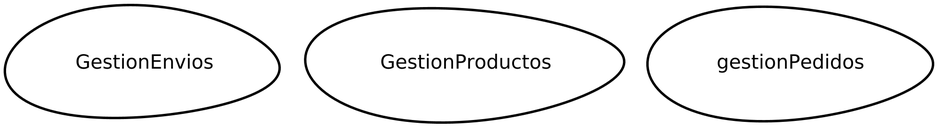
Henry-AbantoV/systemEcommerce2023 keeps this Graphviz diagram as src-gen/sytemEcommerce2023_ContextMap.png. Above is the earlier version. Its source is kept beside it as src-gen/sytemEcommerce2023_ContextMap.gv. Its diagram source:
```dot
digraph "ContextMapGraph" {
graph ["imagepath"="/tmp/GraphvizJava"]
"GestionEnvios" ["margin"="0.3","orientation"="206","shape"="egg","fontsize"="16","style"="bold","label"="GestionEnvios\n","fontname"="sans-serif"]
"GestionProductos" ["margin"="0.3","orientation"="166","shape"="egg","fontsize"="16","style"="bold","label"="GestionProductos\n","fontname"="sans-serif"]
"gestionPedidos" ["margin"="0.3","orientation"="267","shape"="egg","fontsize"="16","style"="bold","label"="gestionPedidos\n","fontname"="sans-serif"]
}
```
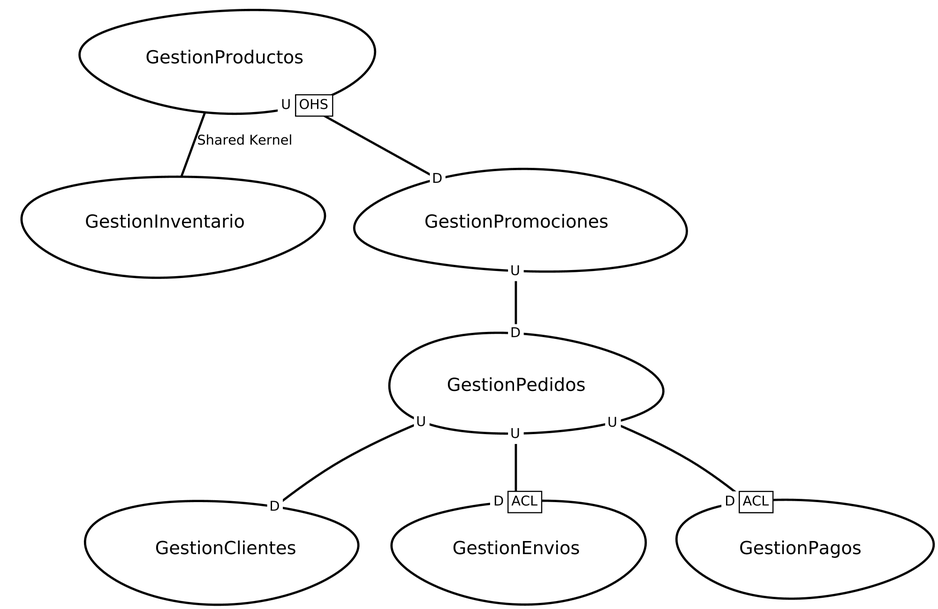
After the commit.

The edit, as a diff of the source:
```diff
@@ -1,6 +1,36 @@
 digraph "ContextMapGraph" {
 graph ["imagepath"="/tmp/GraphvizJava"]
-"GestionEnvios" ["margin"="0.3","orientation"="206","shape"="egg","fontsize"="16","style"="bold","label"="GestionEnvios\n","fontname"="sans-serif"]
-"GestionProductos" ["margin"="0.3","orientation"="166","shape"="egg","fontsize"="16","style"="bold","label"="GestionProductos\n","fontname"="sans-serif"]
-"gestionPedidos" ["margin"="0.3","orientation"="267","shape"="egg","fontsize"="16","style"="bold","label"="gestionPedidos\n","fontname"="sans-serif"]
+"GestionClientes" ["margin"="0.3","orientation"="207","shape"="egg","fontsize"="16","style"="bold","label"="GestionClientes\n","fontname"="sans-serif"]
+"GestionEnvios" ["margin"="0.3","orientation"="192","shape"="egg","fontsize"="16","style"="bold","label"="GestionEnvios\n","fontname"="sans-serif"]
+"GestionInventario" ["margin"="0.3","orientation"="58","shape"="egg","fontsize"="16","style"="bold","label"="GestionInventario\n","fontname"="sans-serif"]
+"GestionPagos" ["margin"="0.3","orientation"="253","shape"="egg","fontsize"="16","style"="bold","label"="GestionPagos\n","fontname"="sans-serif"]
+"GestionPedidos" ["margin"="0.3","orientation"="171","shape"="egg","fontsize"="16","style"="bold","label"="GestionPedidos\n","fontname"="sans-serif"]
+"GestionProductos" ["margin"="0.3","orientation"="313","shape"="egg","fontsize"="16","style"="bold","label"="GestionProductos\n","fontname"="sans-serif"]
+"GestionPromociones" ["margin"="0.3","orientation"="321","shape"="egg","fontsize"="16","style"="bold","label"="GestionPromociones\n","fontname"="sans-serif"]
+"GestionPedidos" -> "GestionClientes" ["headlabel"=<<table cellspacing="0" cellborder="0" border="0">
+<tr><td bgcolor="white">D</td></tr>
+</table>>,"labeldistance"="0","fontsize"="12","taillabel"=<<table cellspacing="0" cellborder="0" border="0">
+<tr><td bgcolor="white">U</td></tr>
+</table>>,"style"="bold","label"="                                        ","dir"="none","fontname"="sans-serif"]
+"GestionPedidos" -> "GestionPagos" ["headlabel"=<<table cellspacing="0" cellborder="1" border="0">
+<tr><td bgcolor="white" sides="r">D</td><td sides="trbl" bgcolor="white"><font>ACL</font></td></tr>
+</table>>,"labeldistance"="0","fontsize"="12","taillabel"=<<table cellspacing="0" cellborder="0" border="0">
+<tr><td bgcolor="white">U</td></tr>
+</table>>,"style"="bold","label"="                                        ","dir"="none","fontname"="sans-serif"]
+"GestionPedidos" -> "GestionEnvios" ["headlabel"=<<table cellspacing="0" cellborder="1" border="0">
+<tr><td bgcolor="white" sides="r">D</td><td sides="trbl" bgcolor="white"><font>ACL</font></td></tr>
+</table>>,"labeldistance"="0","fontsize"="12","taillabel"=<<table cellspacing="0" cellborder="0" border="0">
+<tr><td bgcolor="white">U</td></tr>
+</table>>,"style"="bold","label"="                                        ","dir"="none","fontname"="sans-serif"]
+"GestionProductos" -> "GestionInventario" ["fontsize"="12","style"="bold","label"="Shared Kernel","dir"="none","fontname"="sans-serif"]
+"GestionProductos" -> "GestionPromociones" ["headlabel"=<<table cellspacing="0" cellborder="0" border="0">
+<tr><td bgcolor="white">D</td></tr>
+</table>>,"labeldistance"="0","fontsize"="12","taillabel"=<<table cellspacing="0" cellborder="1" border="0">
+<tr><td bgcolor="white" sides="r">U</td><td sides="trbl" bgcolor="white"><font>OHS</font></td></tr>
+</table>>,"style"="bold","label"="                                        ","dir"="none","fontname"="sans-serif"]
+"GestionPromociones" -> "GestionPedidos" ["headlabel"=<<table cellspacing="0" cellborder="0" border="0">
+<tr><td bgcolor="white">D</td></tr>
+</table>>,"labeldistance"="0","fontsize"="12","taillabel"=<<table cellspacing="0" cellborder="0" border="0">
+<tr><td bgcolor="white">U</td></tr>
+</table>>,"style"="bold","label"="                                        ","dir"="none","fontname"="sans-serif"]
 }
```
